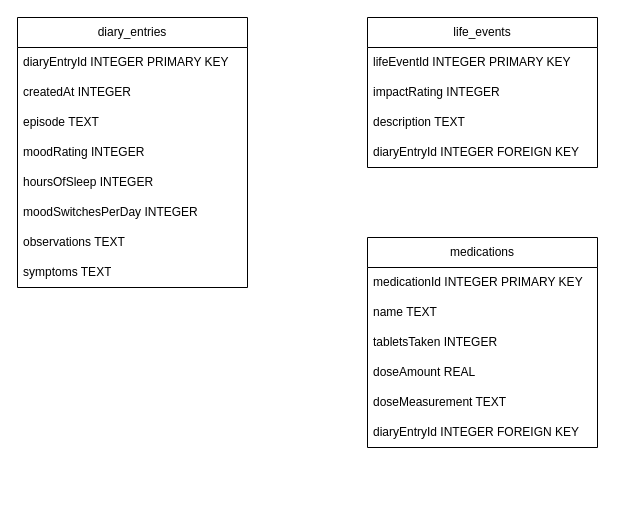
This is diagrams/database.drawio from jv-soares/moodify_app, a draw.io file, before an edit. Source tidied: cells renumbered, new cells numbered last; positions are measured from the earlier drawing's top-left corner, leaving out a move shared by most shapes. Both pictures are drawn from the tidied source at 100%, with x=0, y=0 at pixel (17, 17).
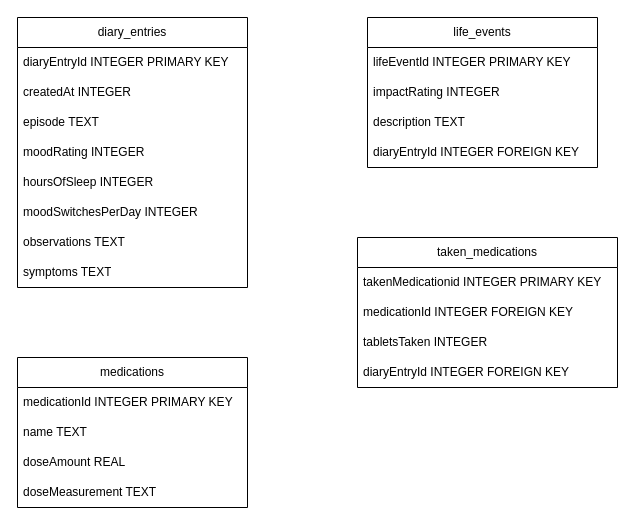
Above is the later version.

Commit message:
restructure sql diagram

What changed in the source:
```diff
@@
-    <mxCell id="16" value="medications" style="swimlane;fontStyle=0;horizontal=1;startSize=30;whiteSpace=wrap;html=1;" parent="1" vertex="1">
-      <mxGeometry x="350" y="220" width="230" height="210" as="geometry" />
+    <mxCell id="16" value="taken_medications" style="swimlane;fontStyle=0;horizontal=1;startSize=30;whiteSpace=wrap;html=1;" parent="1" vertex="1">
+      <mxGeometry x="340" y="220" width="260" height="150" as="geometry" />
     </mxCell>
-    <mxCell id="17" value="medicationId INTEGER PRIMARY KEY" style="text;strokeColor=none;fillColor=none;align=left;verticalAlign=middle;spacingLeft=4;spacingRight=4;overflow=hidden;whiteSpace=wrap;html=1;" parent="16" vertex="1">
-      <mxGeometry y="30" width="230" height="30" as="geometry" />
+    <mxCell id="17" value="takenMedicationid INTEGER PRIMARY KEY" style="text;strokeColor=none;fillColor=none;align=left;verticalAlign=middle;spacingLeft=4;spacingRight=4;overflow=hidden;whiteSpace=wrap;html=1;" parent="16" vertex="1">
+      <mxGeometry y="30" width="260" height="30" as="geometry" />
     </mxCell>
-    <mxCell id="18" value="name TEXT" style="text;strokeColor=none;fillColor=none;align=left;verticalAlign=middle;spacingLeft=4;spacingRight=4;overflow=hidden;whiteSpace=wrap;html=1;" parent="16" vertex="1">
-      <mxGeometry y="60" width="230" height="30" as="geometry" />
+    <mxCell id="18" value="medicationId INTEGER FOREIGN KEY" style="text;strokeColor=none;fillColor=none;align=left;verticalAlign=middle;spacingLeft=4;spacingRight=4;overflow=hidden;whiteSpace=wrap;html=1;" parent="16" vertex="1">
+      <mxGeometry y="60" width="260" height="30" as="geometry" />
     </mxCell>
     <mxCell id="19" value="tabletsTaken INTEGER" style="text;strokeColor=none;fillColor=none;align=left;verticalAlign=middle;spacingLeft=4;spacingRight=4;overflow=hidden;whiteSpace=wrap;html=1;" parent="16" vertex="1">
-      <mxGeometry y="90" width="230" height="30" as="geometry" />
+      <mxGeometry y="90" width="260" height="30" as="geometry" />
     </mxCell>
+    <mxCell id="22" value="diaryEntryId INTEGER FOREIGN KEY" style="text;strokeColor=none;fillColor=none;align=left;verticalAlign=middle;spacingLeft=4;spacingRight=4;overflow=hidden;whiteSpace=wrap;html=1;" parent="16" vertex="1">
+      <mxGeometry y="120" width="260" height="30" as="geometry" />
+    </mxCell>
+    <mxCell id="23" value="medications" style="swimlane;fontStyle=0;horizontal=1;startSize=30;whiteSpace=wrap;html=1;" parent="1" vertex="1">
+      <mxGeometry y="340" width="230" height="150" as="geometry" />
+    </mxCell>
+    <mxCell id="24" value="medicationId INTEGER PRIMARY KEY" style="text;strokeColor=none;fillColor=none;align=left;verticalAlign=middle;spacingLeft=4;spacingRight=4;overflow=hidden;whiteSpace=wrap;html=1;" parent="23" vertex="1">
+      <mxGeometry y="30" width="230" height="30" as="geometry" />
+    </mxCell>
+    <mxCell id="25" value="name TEXT" style="text;strokeColor=none;fillColor=none;align=left;verticalAlign=middle;spacingLeft=4;spacingRight=4;overflow=hidden;whiteSpace=wrap;html=1;" parent="23" vertex="1">
+      <mxGeometry y="60" width="230" height="30" as="geometry" />
+    </mxCell>
-    <mxCell id="20" value="doseAmount REAL" style="text;strokeColor=none;fillColor=none;align=left;verticalAlign=middle;spacingLeft=4;spacingRight=4;overflow=hidden;whiteSpace=wrap;html=1;" parent="16" vertex="1">
-      <mxGeometry y="120" width="230" height="30" as="geometry" />
+    <mxCell id="20" value="doseAmount REAL" style="text;strokeColor=none;fillColor=none;align=left;verticalAlign=middle;spacingLeft=4;spacingRight=4;overflow=hidden;whiteSpace=wrap;html=1;" parent="23" vertex="1">
+      <mxGeometry y="90" width="230" height="30" as="geometry" />
     </mxCell>
-    <mxCell id="21" value="doseMeasurement TEXT" style="text;strokeColor=none;fillColor=none;align=left;verticalAlign=middle;spacingLeft=4;spacingRight=4;overflow=hidden;whiteSpace=wrap;html=1;" parent="16" vertex="1">
-      <mxGeometry y="150" width="230" height="30" as="geometry" />
+    <mxCell id="21" value="doseMeasurement TEXT" style="text;strokeColor=none;fillColor=none;align=left;verticalAlign=middle;spacingLeft=4;spacingRight=4;overflow=hidden;whiteSpace=wrap;html=1;" parent="23" vertex="1">
+      <mxGeometry y="120" width="230" height="30" as="geometry" />
     </mxCell>
-    <mxCell id="22" value="diaryEntryId INTEGER FOREIGN KEY" style="text;strokeColor=none;fillColor=none;align=left;verticalAlign=middle;spacingLeft=4;spacingRight=4;overflow=hidden;whiteSpace=wrap;html=1;" parent="16" vertex="1">
-      <mxGeometry y="180" width="230" height="30" as="geometry" />
-    </mxCell>
```
